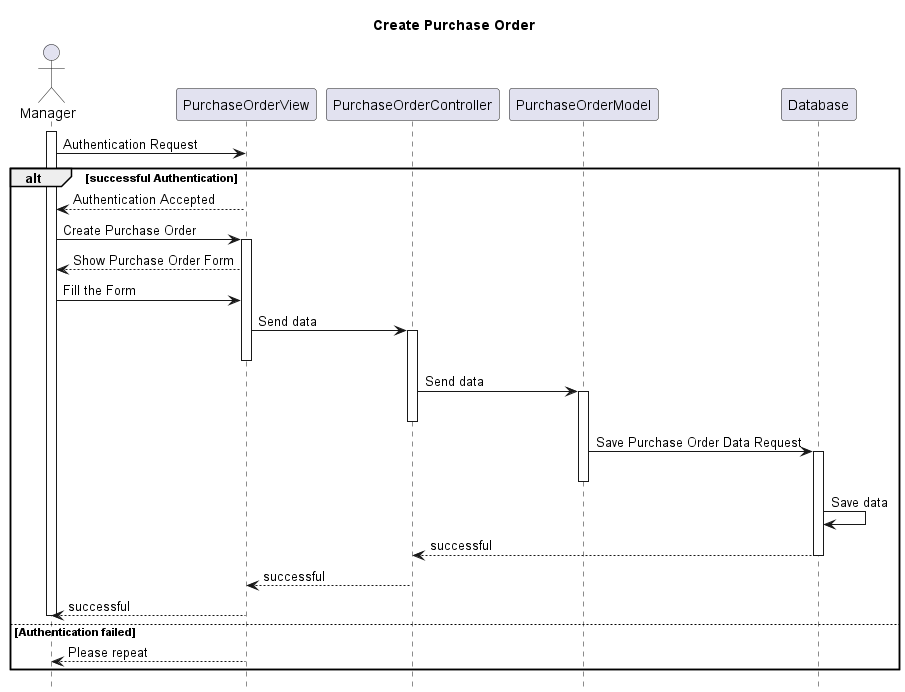
floki1250/AgroSense keeps this PlantUML diagram as conception/SequenceDiagram_CreatePurchaseOrder.png. Above is the earlier version. Its diagram source:
```plantuml
@startuml
hide footbox
title Create Purchase Order

actor Manager
activate Manager
Manager -> PurchaseOrderView : Authentication Request
alt successful Authentication

    PurchaseOrderView -->  Manager: Authentication Accepted
    Manager -> PurchaseOrderView: Create Purchase Order
    activate PurchaseOrderView
    PurchaseOrderView --> Manager: Show Purchase Order Form
    Manager -> PurchaseOrderView: Fill the Form
    PurchaseOrderView -> PurchaseOrderController: Send data
    activate PurchaseOrderController
    deactivate PurchaseOrderView
    PurchaseOrderController -> PurchaseOrderModel: Send data
    activate PurchaseOrderModel
    deactivate PurchaseOrderController
    PurchaseOrderModel -> Database: Save Purchase Order Data Request
    activate Database
    deactivate PurchaseOrderModel
    Database -> Database: Save data
    Database --> PurchaseOrderController : successful
    deactivate Database
    PurchaseOrderController --> PurchaseOrderView : successful
    deactivate PurchaseOrderController
    PurchaseOrderView --> Manager : successful
    deactivate Manager

else Authentication failed

    PurchaseOrderView -->  Manager: Please repeat

end
@enduml
```
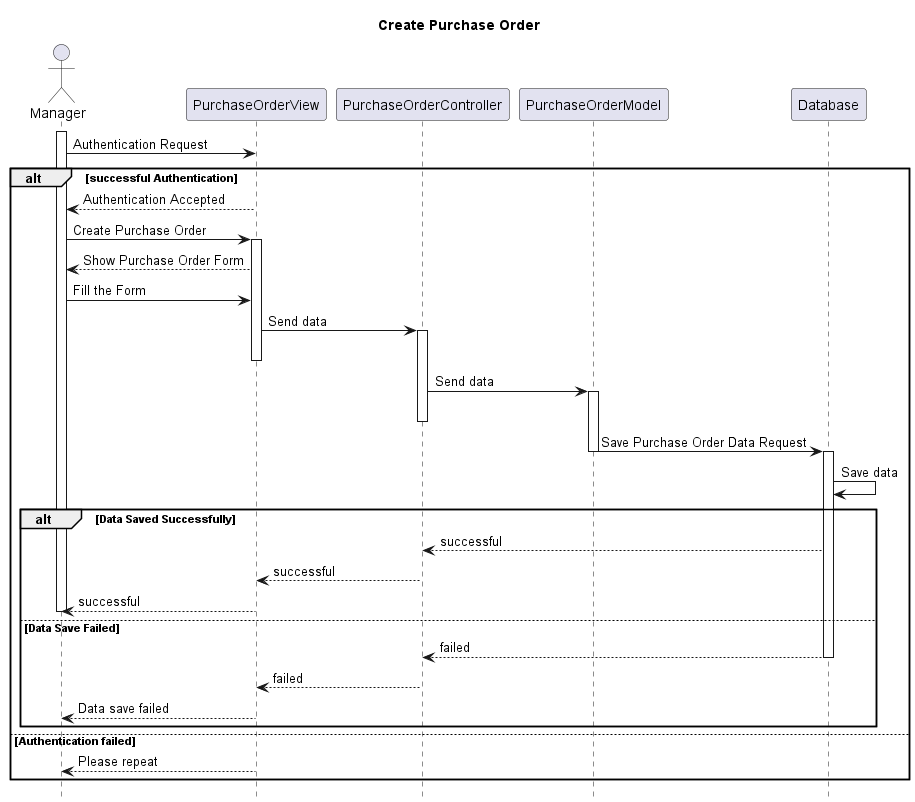
After the commit.

Diff of the diagram source:
```diff
@@ -19,19 +19,24 @@
     activate PurchaseOrderModel
     deactivate PurchaseOrderController
     PurchaseOrderModel -> Database: Save Purchase Order Data Request
+    deactivate PurchaseOrderModel
     activate Database
-    deactivate PurchaseOrderModel
     Database -> Database: Save data
-    Database --> PurchaseOrderController : successful
-    deactivate Database
-    PurchaseOrderController --> PurchaseOrderView : successful
-    deactivate PurchaseOrderController
-    PurchaseOrderView --> Manager : successful
-    deactivate Manager
-
+    alt Data Saved Successfully
+        Database --> PurchaseOrderController : successful
+        PurchaseOrderController --> PurchaseOrderView : successful
+        deactivate PurchaseOrderController
+        PurchaseOrderView --> Manager : successful
+        deactivate Manager
+    else Data Save Failed
+        Database --> PurchaseOrderController : failed
+        deactivate Database
+        PurchaseOrderController --> PurchaseOrderView : failed
+        deactivate PurchaseOrderController
+        PurchaseOrderView --> Manager : Data save failed
+        deactivate Manager
+    end
 else Authentication failed
-
     PurchaseOrderView -->  Manager: Please repeat
-
 end
 @enduml
```
